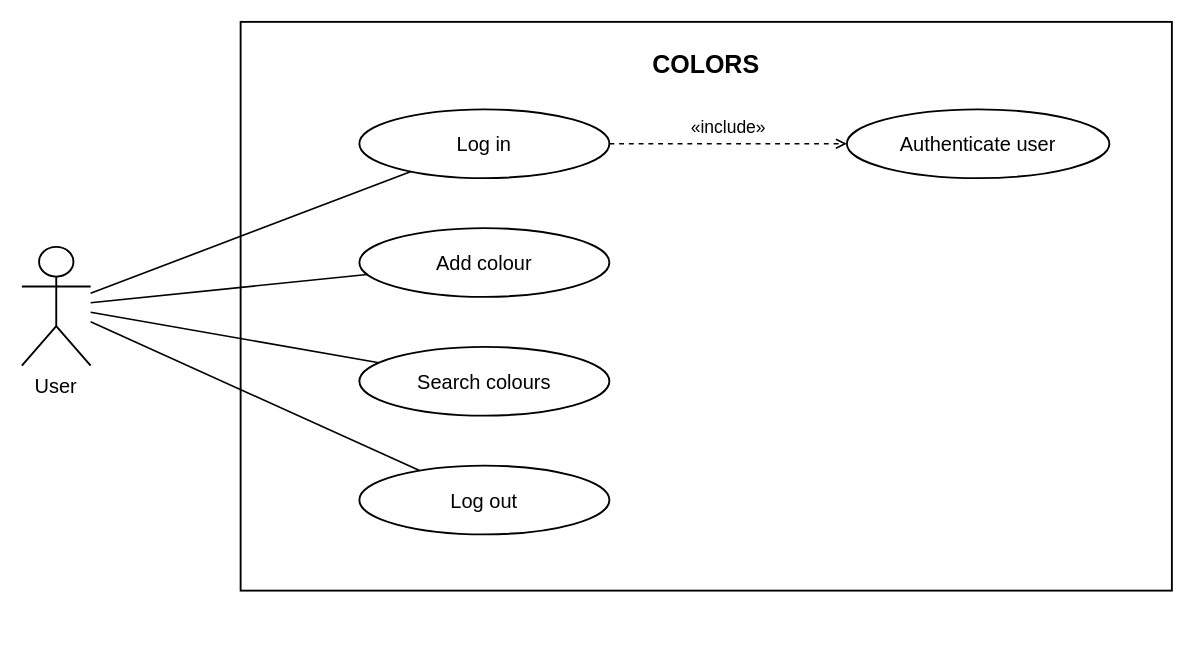
Above: docs/uml/usecase.drawio in milesrack/colors-lamp (draw.io), before the change. Source tidied: cells renumbered, new cells numbered last; positions are measured from the earlier drawing's top-left corner, leaving out a move shared by most shapes. Both pictures are drawn from the tidied source at 125%, with x=0, y=0 at pixel (21, 21).
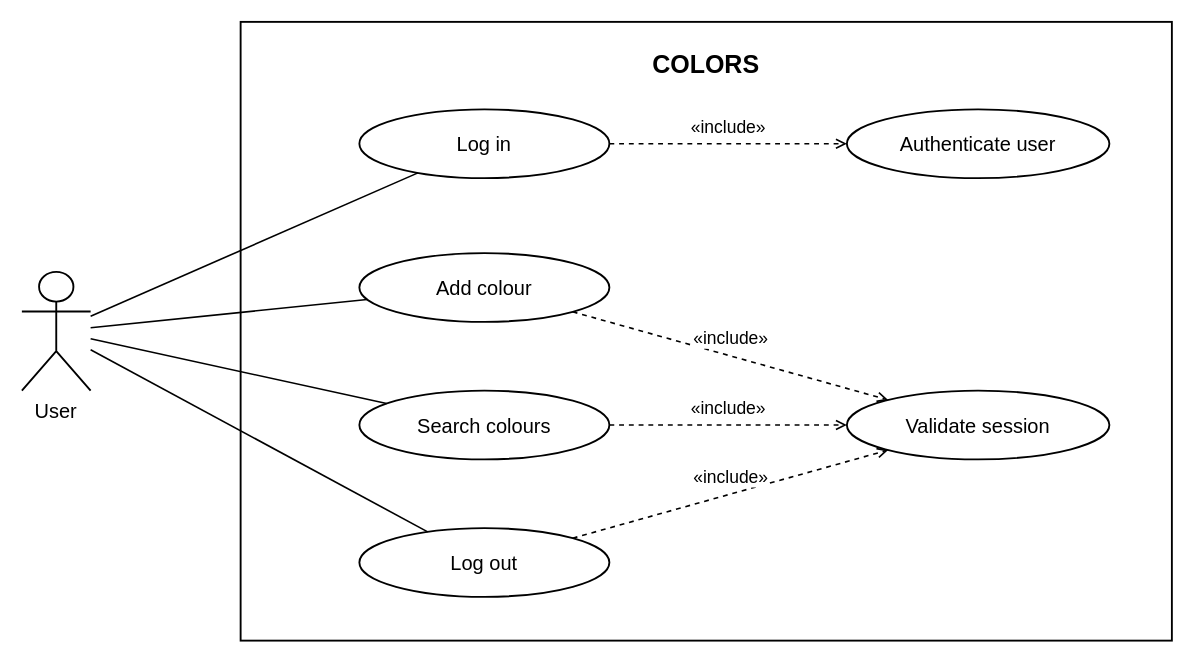
The same diagram, later.

Unchanged cells that the change refers to:
```xml
<mxCell id="4" value="Log in" style="html=1;whiteSpace=wrap;fontFamily=Helvetica;fontSize=16;fontColor=#000000;strokeColor=#000000;fillColor=#FFFFFF;strokeWidth=1.5;ellipse;" parent="1" vertex="1">
  <mxGeometry x="270" y="70" width="200" height="55" as="geometry" />
</mxCell>
<mxCell id="12" value="Authenticate user" style="html=1;whiteSpace=wrap;fontFamily=Helvetica;fontSize=16;fontColor=#000000;strokeColor=#000000;fillColor=#FFFFFF;strokeWidth=1.5;ellipse;" parent="1" vertex="1">
  <mxGeometry x="660" y="70" width="210" height="55" as="geometry" />
</mxCell>
```

Diff of the diagram source:
```diff
@@
     <mxCell id="2" value="COLORS" style="html=1;whiteSpace=wrap;fontFamily=Helvetica;fontSize=16;fontColor=#000000;strokeColor=#000000;fillColor=#FFFFFF;strokeWidth=1.5;rounded=0;verticalAlign=top;spacingTop=15;fontStyle=1;fontSize=20;" parent="1" vertex="1">
-      <mxGeometry x="175" width="745" height="455" as="geometry" />
+      <mxGeometry x="175" width="745" height="495" as="geometry" />
     </mxCell>
     <mxCell id="3" value="User" style="html=1;whiteSpace=wrap;fontFamily=Helvetica;fontSize=16;fontColor=#000000;strokeColor=#000000;fillColor=#FFFFFF;strokeWidth=1.5;shape=umlActor;verticalLabelPosition=bottom;verticalAlign=top;" parent="1" vertex="1">
-      <mxGeometry y="180" width="55" height="95" as="geometry" />
+      <mxGeometry y="200" width="55" height="95" as="geometry" />
     </mxCell>
@@
     <mxCell id="6" value="Add colour" style="html=1;whiteSpace=wrap;fontFamily=Helvetica;fontSize=16;fontColor=#000000;strokeColor=#000000;fillColor=#FFFFFF;strokeWidth=1.5;ellipse;" parent="1" vertex="1">
-      <mxGeometry x="270" y="165" width="200" height="55" as="geometry" />
+      <mxGeometry x="270" y="185" width="200" height="55" as="geometry" />
     </mxCell>
@@
     <mxCell id="8" value="Search colours" style="html=1;whiteSpace=wrap;fontFamily=Helvetica;fontSize=16;fontColor=#000000;strokeColor=#000000;fillColor=#FFFFFF;strokeWidth=1.5;ellipse;" parent="1" vertex="1">
-      <mxGeometry x="270" y="260" width="200" height="55" as="geometry" />
+      <mxGeometry x="270" y="295" width="200" height="55" as="geometry" />
     </mxCell>
@@
     <mxCell id="10" value="Log out" style="html=1;whiteSpace=wrap;fontFamily=Helvetica;fontSize=16;fontColor=#000000;strokeColor=#000000;fillColor=#FFFFFF;strokeWidth=1.5;ellipse;" parent="1" vertex="1">
-      <mxGeometry x="270" y="355" width="200" height="55" as="geometry" />
+      <mxGeometry x="270" y="405" width="200" height="55" as="geometry" />
     </mxCell>
@@
+    <mxCell id="14" value="Validate session" style="html=1;whiteSpace=wrap;fontFamily=Helvetica;fontSize=16;fontColor=#000000;strokeColor=#000000;fillColor=#FFFFFF;strokeWidth=1.5;ellipse;" parent="1" vertex="1">
+      <mxGeometry x="660" y="295" width="210" height="55" as="geometry" />
+    </mxCell>
-    <mxCell id="13" value="«include»" style="edgeStyle=orthogonalEdgeStyle;rounded=0;html=1;fontFamily=Helvetica;fontSize=14;fontColor=#000000;strokeColor=#000000;strokeWidth=1.3;labelBackgroundColor=#FFFFFF;endArrow=block;endFill=1;jettySize=auto;edgeStyle=none;dashed=1;endArrow=open;endFill=0;exitX=1;exitY=0.5;entryX=0;entryY=0.5;" parent="1" edge="1" source="4" target="12">
+    <mxCell id="13" value="«include»" style="edgeStyle=orthogonalEdgeStyle;rounded=0;html=1;fontFamily=Helvetica;fontSize=14;fontColor=#000000;strokeColor=#000000;strokeWidth=1.3;labelBackgroundColor=#FFFFFF;endArrow=block;endFill=1;jettySize=auto;edgeStyle=none;dashed=1;endArrow=open;endFill=0;" parent="1" edge="1" source="4" target="12">
       <mxGeometry relative="1" as="geometry">
         <mxPoint y="-14" as="offset" />
       </mxGeometry>
     </mxCell>
+    <mxCell id="15" value="«include»" style="edgeStyle=orthogonalEdgeStyle;rounded=0;html=1;fontFamily=Helvetica;fontSize=14;fontColor=#000000;strokeColor=#000000;strokeWidth=1.3;labelBackgroundColor=#FFFFFF;endArrow=block;endFill=1;jettySize=auto;edgeStyle=none;dashed=1;endArrow=open;endFill=0;" parent="1" edge="1" source="6" target="14">
+      <mxGeometry relative="1" as="geometry">
+        <mxPoint y="-14" as="offset" />
+      </mxGeometry>
+    </mxCell>
+    <mxCell id="16" value="«include»" style="edgeStyle=orthogonalEdgeStyle;rounded=0;html=1;fontFamily=Helvetica;fontSize=14;fontColor=#000000;strokeColor=#000000;strokeWidth=1.3;labelBackgroundColor=#FFFFFF;endArrow=block;endFill=1;jettySize=auto;edgeStyle=none;dashed=1;endArrow=open;endFill=0;" parent="1" edge="1" source="8" target="14">
+      <mxGeometry relative="1" as="geometry">
+        <mxPoint y="-14" as="offset" />
+      </mxGeometry>
+    </mxCell>
+    <mxCell id="17" value="«include»" style="edgeStyle=orthogonalEdgeStyle;rounded=0;html=1;fontFamily=Helvetica;fontSize=14;fontColor=#000000;strokeColor=#000000;strokeWidth=1.3;labelBackgroundColor=#FFFFFF;endArrow=block;endFill=1;jettySize=auto;edgeStyle=none;dashed=1;endArrow=open;endFill=0;" parent="1" edge="1" source="10" target="14">
+      <mxGeometry relative="1" as="geometry">
+        <mxPoint y="-14" as="offset" />
+      </mxGeometry>
+    </mxCell>
```
